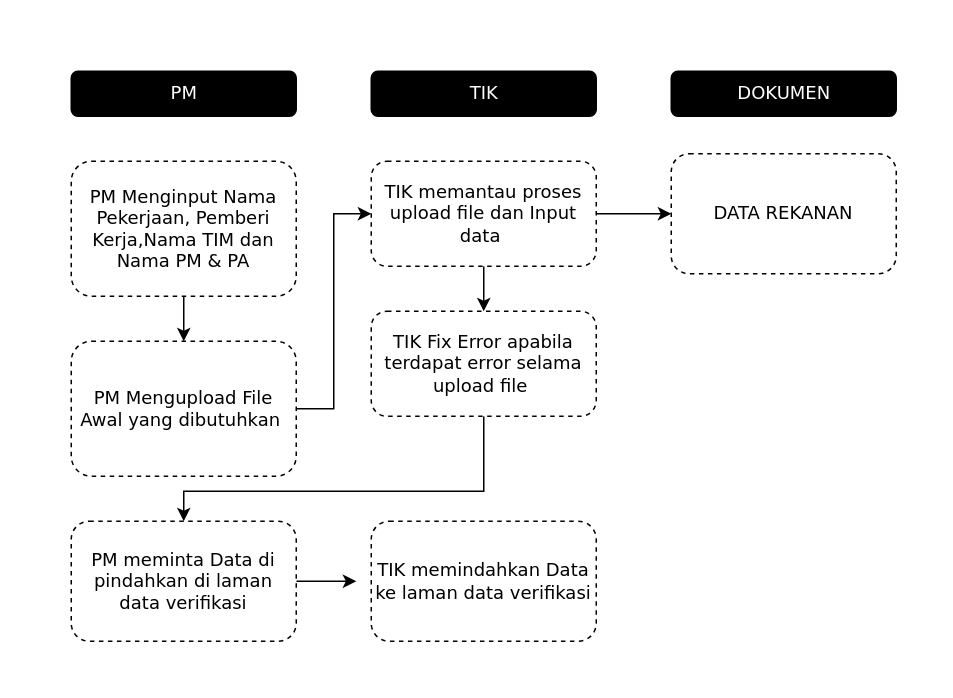
Before: Proses__Rekanan.drawio in Tian7877/Hanoi_Tower, a draw.io diagram. Source tidied: cells renumbered, new cells numbered last; positions are measured from the earlier drawing's top-left corner, leaving out a move shared by most shapes. Both pictures are drawn from the tidied source at 150%, with x=0, y=0 at pixel (70, 70).
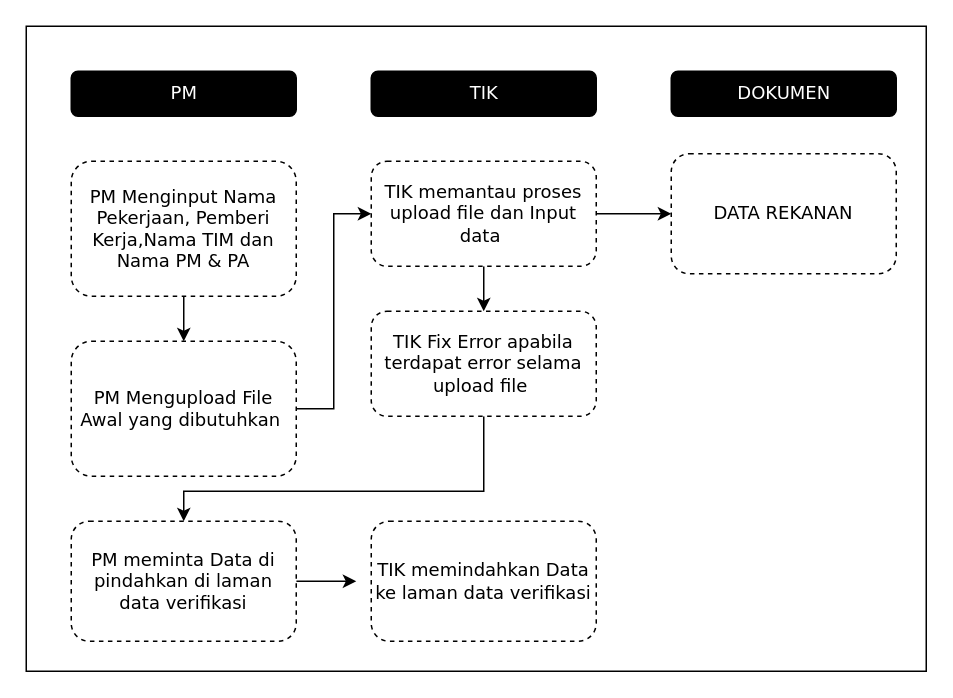
Above is the later version.

Diff of the diagram source:
```diff
@@
+    <mxCell id="19" style="rounded=0;whiteSpace=wrap;html=1;fillColor=none;" parent="1" vertex="1">
+      <mxGeometry x="-30" y="-30" width="600" height="430" as="geometry" />
+    </mxCell>
```
